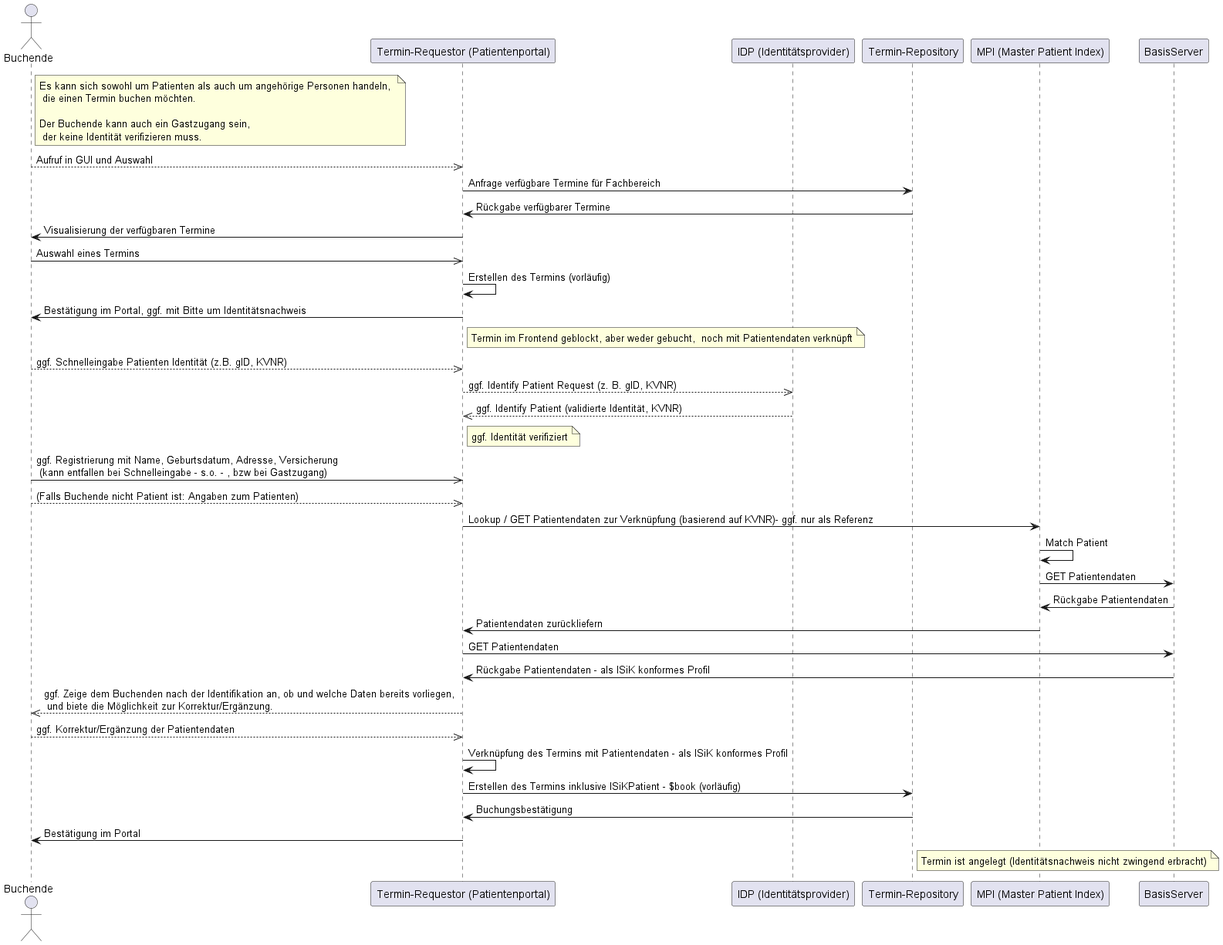
This is Material/Terminplanung/images/diagrams/identitaetsnachweis-sequenz-complex.png from gematik/spec-ISiK-Basismodul, a PlantUML export, as it was before one commit.
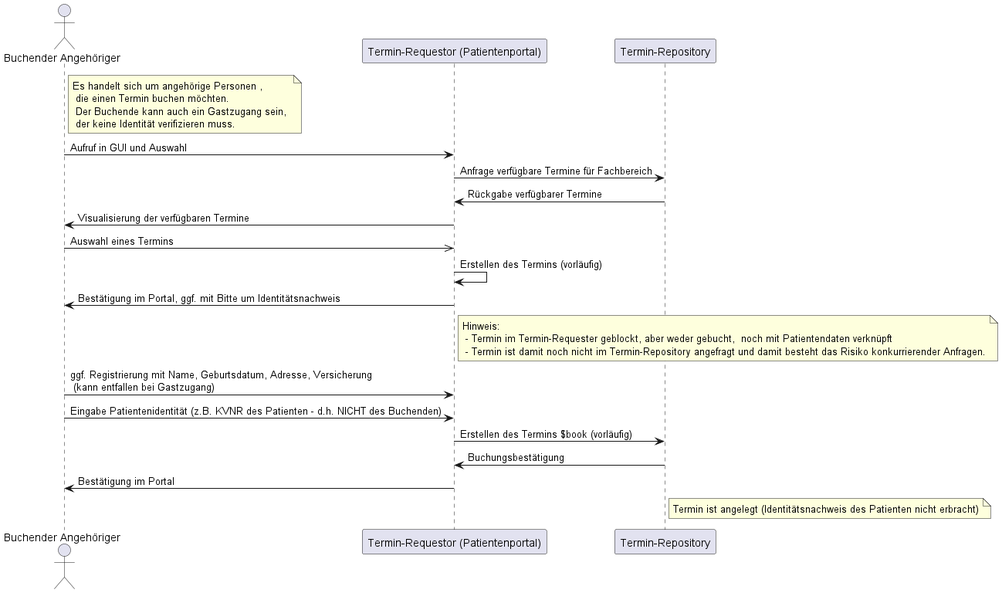
After the commit.

The edit, as a diff of the source:
```diff
@@ -1,15 +1,12 @@
 @startuml
 
-actor Buchende
+actor "Buchender Angehöriger" as Buchende
 participant "Termin-Requestor (Patientenportal)" as TR
-participant "IDP (Identitätsprovider)" as IDP
 participant "Termin-Repository" as TRP
-participant "MPI (Master Patient Index)" as MPI
-participant "BasisServer" as BS
 
-Note right of Buchende: Es kann sich sowohl um Patienten als auch um angehörige Personen handeln, \n die einen Termin buchen möchten. \n\nDer Buchende kann auch ein Gastzugang sein, \n der keine Identität verifizieren muss.
+Note right of Buchende: Es handelt sich um angehörige Personen , \n die einen Termin buchen möchten. \n Der Buchende kann auch ein Gastzugang sein, \n der keine Identität verifizieren muss.
 
-Buchende-->>TR: Aufruf in GUI und Auswahl
+Buchende->TR: Aufruf in GUI und Auswahl
 TR -> TRP: Anfrage verfügbare Termine für Fachbereich
 TRP -> TR: Rückgabe verfügbarer Termine
 
@@ -19,38 +16,17 @@
 
 TR -> TR: Erstellen des Termins (vorläufig)
 TR -> Buchende: Bestätigung im Portal, ggf. mit Bitte um Identitätsnachweis
-Note right of TR: Termin im Frontend geblockt, aber weder gebucht,  noch mit Patientendaten verknüpft
+Note right of TR:  Hinweis: \n - Termin im Termin-Requester geblockt, aber weder gebucht,  noch mit Patientendaten verknüpft \n - Termin ist damit noch nicht im Termin-Repository angefragt und damit besteht das Risiko konkurrierender Anfragen.
 
-Buchende-->>TR: ggf. Schnelleingabe Patienten Identität (z.B. gID, KVNR)
-TR-->>IDP: ggf. Identify Patient Request (z. B. gID, KVNR)
-IDP-->>TR: ggf. Identify Patient (validierte Identität, KVNR)
-Note right of TR: ggf. Identität verifiziert
+Buchende->TR: ggf. Registrierung mit Name, Geburtsdatum, Adresse, Versicherung \n (kann entfallen bei Gastzugang)
 
-Buchende->>TR: ggf. Registrierung mit Name, Geburtsdatum, Adresse, Versicherung \n (kann entfallen bei Schnelleingabe - s.o. - , bzw bei Gastzugang)
-Buchende-->>TR: (Falls Buchende nicht Patient ist: Angaben zum Patienten)
+Buchende->TR: Eingabe Patientenidentität (z.B. KVNR des Patienten - d.h. NICHT des Buchenden)
 
-TR -> MPI: Lookup / GET Patientendaten zur Verknüpfung (basierend auf KVNR)- ggf. nur als Referenz
-MPI -> MPI: Match Patient
-MPI -> BS: GET Patientendaten
-BS -> MPI: Rückgabe Patientendaten
-MPI -> TR: Patientendaten zurückliefern
-
-TR -> BS: GET Patientendaten
-BS -> TR: Rückgabe Patientendaten - als ISiK konformes Profil
-
-TR-->>Buchende: ggf. Zeige dem Buchenden nach der Identifikation an, ob und welche Daten bereits vorliegen, \n und biete die Möglichkeit zur Korrektur/Ergänzung.
-Buchende-->>TR: ggf. Korrektur/Ergänzung der Patientendaten
-
-TR -> TR: Verknüpfung des Termins mit Patientendaten - als ISiK konformes Profil
-
-TR -> TRP: Erstellen des Termins inklusive ISiKPatient - $book (vorläufig)
+TR -> TRP: Erstellen des Termins $book (vorläufig)
 
 TRP -> TR: Buchungsbestätigung
 TR -> Buchende: Bestätigung im Portal
 
-note right of TRP: Termin ist angelegt (Identitätsnachweis nicht zwingend erbracht)
-
-
-
+note right of TRP: Termin ist angelegt (Identitätsnachweis des Patienten nicht erbracht)
 
 @enduml
```
